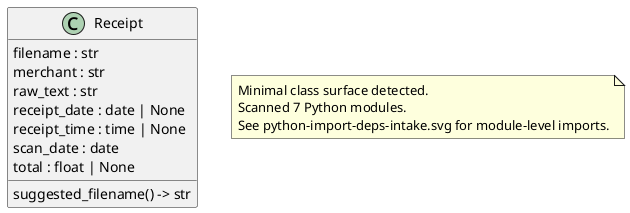
Earlier version of the PlantUML export docs/diagrams/python-classes.puml.png (casonk/intake).
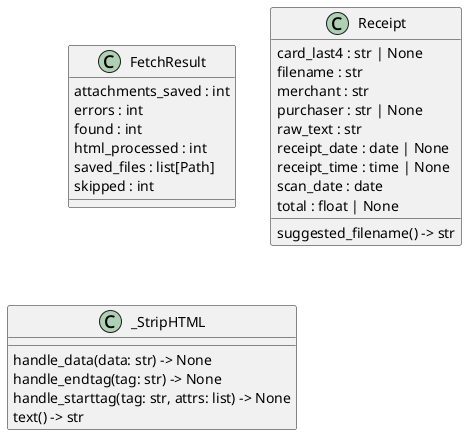
Above is the later version.

Diff of the diagram source:
```diff
@@ -1,8 +1,18 @@
 @startuml classes_intake
 set namespaceSeparator none
+class "FetchResult" as intake.email.FetchResult {
+  attachments_saved : int
+  errors : int
+  found : int
+  html_processed : int
+  saved_files : list[Path]
+  skipped : int
+}
 class "Receipt" as intake.parse.Receipt {
+  card_last4 : str | None
   filename : str
   merchant : str
+  purchaser : str | None
   raw_text : str
   receipt_date : date | None
   receipt_time : time | None
@@ -10,9 +20,10 @@
   total : float | None
   suggested_filename() -> str
 }
-note as archilityPythonSurfaceNote
-Minimal class surface detected.
-Scanned 7 Python modules.
-See python-import-deps-intake.svg for module-level imports.
-end note
+class "_StripHTML" as intake.email._StripHTML {
+  handle_data(data: str) -> None
+  handle_endtag(tag: str) -> None
+  handle_starttag(tag: str, attrs: list) -> None
+  text() -> str
+}
 @enduml
```
